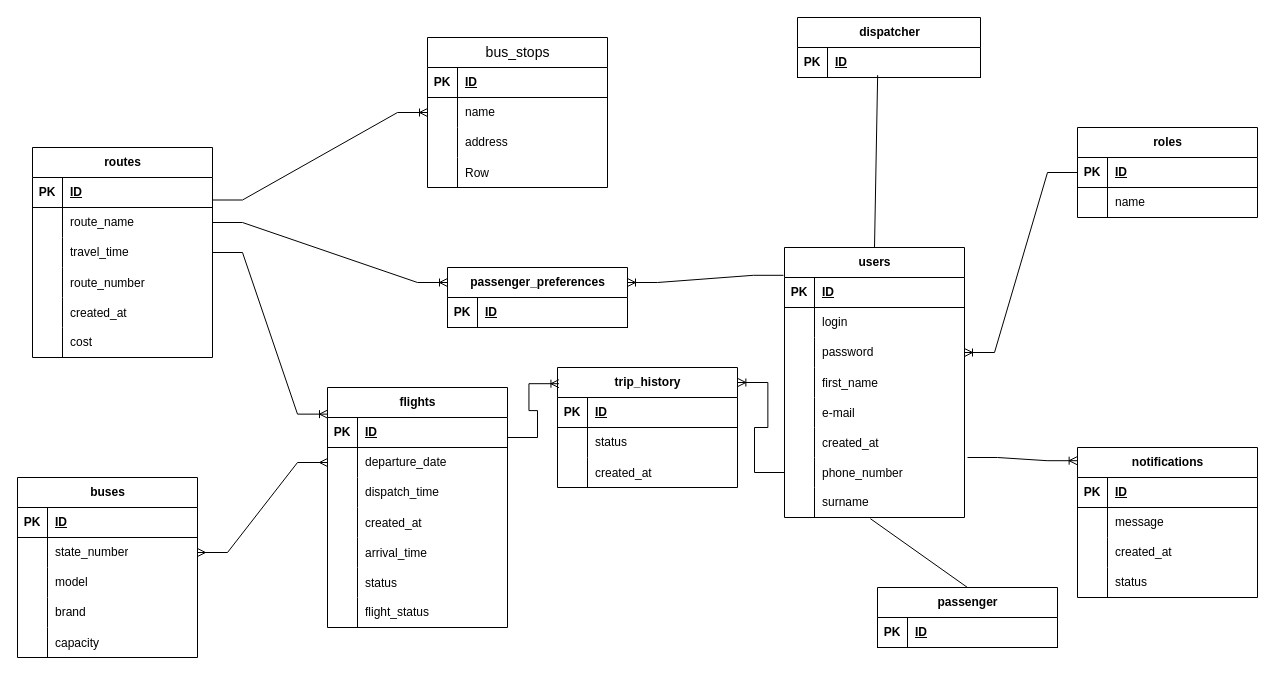
Before: page "Страница — 1" (1 of 2) of doc/er.drawio in IlyaSevastyanov/WorkSite, a draw.io diagram. Source tidied: cells renumbered, new cells numbered last; positions are measured from the earlier drawing's top-left corner, leaving out a move shared by most shapes. Both pictures are drawn from the tidied source at 100%, with x=0, y=0 at pixel (17, 17).
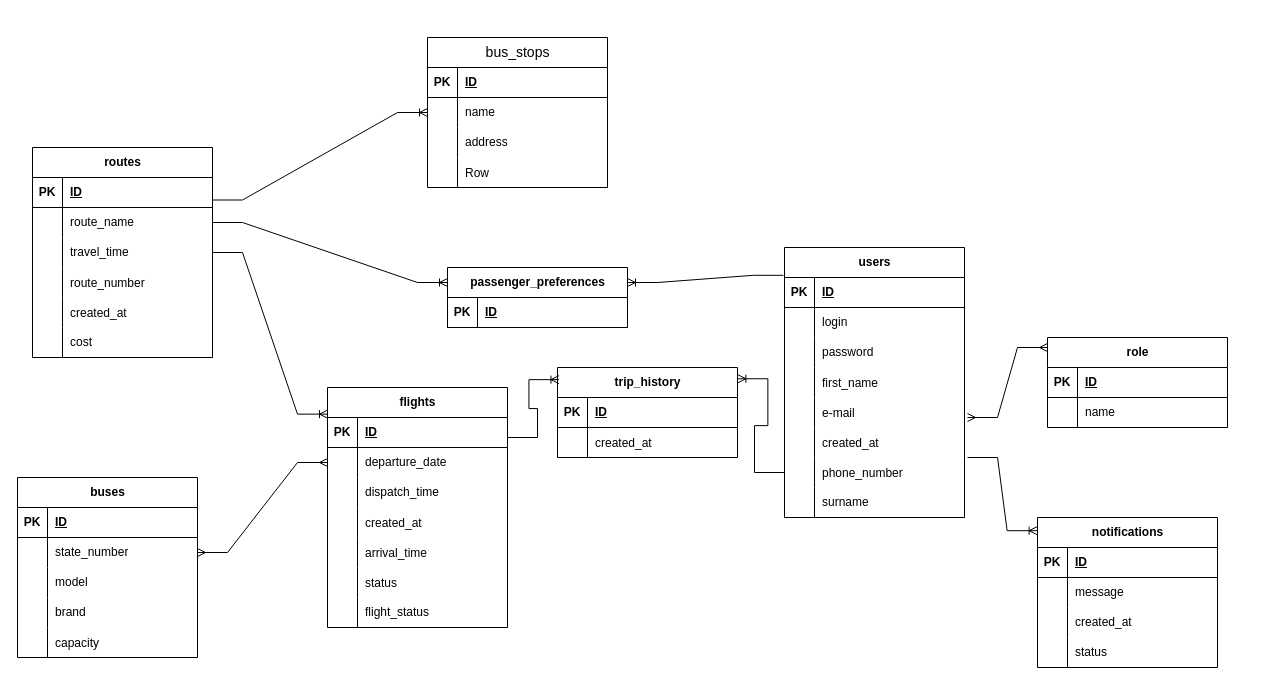
After the change.

The change refers to these unchanged cells:
```xml
<mxCell id="12" value="users" style="shape=table;startSize=30;childLayout=tableLayout;rowLines=0;fontStyle=1;align=center;html=1;" parent="1" vertex="1">
  <mxGeometry x="767" y="230" width="180" height="270" as="geometry" />
</mxCell>
<mxCell id="19" style="shape=tableRow;horizontal=0;startSize=0;swimlaneHead=0;swimlaneBody=0;fillColor=none;points=[[0,0.5],[1,0.5]];portConstraint=eastwest;top=0;left=0;right=0;bottom=0;" parent="12" vertex="1">
  <mxGeometry y="90" width="180" height="30" as="geometry" />
</mxCell>
<mxCell id="34" style="shape=tableRow;horizontal=0;startSize=0;swimlaneHead=0;swimlaneBody=0;fillColor=none;points=[[0,0.5],[1,0.5]];portConstraint=eastwest;top=0;left=0;right=0;bottom=0;" parent="12" vertex="1">
  <mxGeometry y="240" width="180" height="30" as="geometry" />
</mxCell>
```

The edit, as a diff of the source:
```diff
@@
-    <mxCell id="5" value="roles" style="shape=table;startSize=30;childLayout=tableLayout;rowLines=0;fontStyle=1;align=center;html=1;" parent="1" vertex="1">
-      <mxGeometry x="1060" y="110" width="180" height="90" as="geometry" />
-    </mxCell>
-    <mxCell id="6" style="shape=tableRow;horizontal=0;startSize=0;swimlaneHead=0;swimlaneBody=0;fillColor=none;points=[[0,0.5],[1,0.5]];portConstraint=eastwest;top=0;left=0;right=0;bottom=1;" parent="5" vertex="1">
-      <mxGeometry y="30" width="180" height="30" as="geometry" />
-    </mxCell>
-    <mxCell id="7" value="PK" style="shape=partialRectangle;fillColor=none;top=0;left=0;bottom=0;right=0;fontStyle=1;overflow=hidden;whiteSpace=wrap;html=1;" parent="6" vertex="1">
-      <mxGeometry width="30" height="30" as="geometry" />
-    </mxCell>
-    <mxCell id="8" value="ID" style="shape=partialRectangle;fillColor=none;top=0;left=0;bottom=0;right=0;align=left;spacingLeft=6;fontStyle=5;overflow=hidden;whiteSpace=wrap;html=1;" parent="6" vertex="1">
-      <mxGeometry x="30" width="150" height="30" as="geometry" />
-    </mxCell>
-    <mxCell id="9" style="shape=tableRow;horizontal=0;startSize=0;swimlaneHead=0;swimlaneBody=0;fillColor=none;top=0;left=0;right=0;bottom=0;" parent="5" vertex="1">
-      <mxGeometry y="60" width="180" height="30" as="geometry" />
-    </mxCell>
-    <mxCell id="10" style="shape=partialRectangle;fillColor=none;top=0;left=0;bottom=0;right=0;overflow=hidden;whiteSpace=wrap;html=1;" parent="9" vertex="1">
-      <mxGeometry width="30" height="30" as="geometry" />
-    </mxCell>
-    <mxCell id="11" value="name" style="shape=partialRectangle;fillColor=none;top=0;left=0;bottom=0;right=0;align=left;spacingLeft=6;overflow=hidden;whiteSpace=wrap;html=1;" parent="9" vertex="1">
-      <mxGeometry x="30" width="150" height="30" as="geometry" />
-    </mxCell>
@@
-    <mxCell id="37" style="edgeStyle=entityRelationEdgeStyle;fontSize=12;html=1;endArrow=ERoneToMany;rounded=0;entryX=1;entryY=0.5;entryDx=0;entryDy=0;exitX=0;exitY=0.5;exitDx=0;exitDy=0;" parent="1" edge="1" source="6" target="19">
-      <mxGeometry relative="1" as="geometry" />
-    </mxCell>
-    <mxCell id="38" value="dispatcher" style="shape=table;startSize=30;childLayout=tableLayout;rowLines=0;fontStyle=1;align=center;html=1;" parent="1" vertex="1">
-      <mxGeometry x="780" width="183" height="60" as="geometry" />
-    </mxCell>
-    <mxCell id="39" style="shape=tableRow;horizontal=0;startSize=0;swimlaneHead=0;swimlaneBody=0;fillColor=none;points=[[0,0.5],[1,0.5]];portConstraint=eastwest;top=0;left=0;right=0;bottom=1;" parent="38" vertex="1">
-      <mxGeometry y="30" width="183" height="30" as="geometry" />
-    </mxCell>
-    <mxCell id="40" value="PK" style="shape=partialRectangle;fillColor=none;top=0;left=0;bottom=0;right=0;fontStyle=1;overflow=hidden;whiteSpace=wrap;html=1;" parent="39" vertex="1">
-      <mxGeometry width="30" height="30" as="geometry" />
-    </mxCell>
-    <mxCell id="41" value="ID" style="shape=partialRectangle;fillColor=none;top=0;left=0;bottom=0;right=0;align=left;spacingLeft=6;fontStyle=5;overflow=hidden;whiteSpace=wrap;html=1;" parent="39" vertex="1">
-      <mxGeometry x="30" width="153" height="30" as="geometry" />
-    </mxCell>
-    <mxCell id="42" value="passenger" style="shape=table;startSize=30;childLayout=tableLayout;rowLines=0;fontStyle=1;align=center;html=1;" parent="1" vertex="1">
-      <mxGeometry x="860" y="570" width="180" height="60" as="geometry" />
-    </mxCell>
-    <mxCell id="43" style="shape=tableRow;horizontal=0;startSize=0;swimlaneHead=0;swimlaneBody=0;fillColor=none;top=0;left=0;right=0;bottom=1;" parent="42" vertex="1">
-      <mxGeometry y="30" width="180" height="30" as="geometry" />
-    </mxCell>
-    <mxCell id="44" value="PK" style="shape=partialRectangle;fillColor=none;top=0;left=0;bottom=0;right=0;fontStyle=1;overflow=hidden;whiteSpace=wrap;html=1;" parent="43" vertex="1">
-      <mxGeometry width="30" height="30" as="geometry" />
-    </mxCell>
-    <mxCell id="45" value="ID" style="shape=partialRectangle;fillColor=none;top=0;left=0;bottom=0;right=0;align=left;spacingLeft=6;fontStyle=5;overflow=hidden;whiteSpace=wrap;html=1;" parent="43" vertex="1">
-      <mxGeometry x="30" width="150" height="30" as="geometry" />
-    </mxCell>
-    <mxCell id="46" style="endArrow=none;html=1;rounded=0;exitX=0.438;exitY=0.922;exitDx=0;exitDy=0;exitPerimeter=0;entryX=0.5;entryY=0;entryDx=0;entryDy=0;" parent="1" edge="1" source="39" target="12">
-      <mxGeometry relative="1" as="geometry" />
-    </mxCell>
-    <mxCell id="47" style="endArrow=none;html=1;rounded=0;exitX=0.477;exitY=1.039;exitDx=0;exitDy=0;exitPerimeter=0;entryX=0.5;entryY=0;entryDx=0;entryDy=0;" parent="1" edge="1" source="34" target="42">
-      <mxGeometry relative="1" as="geometry" />
-    </mxCell>
@@
     <mxCell id="118" value="notifications" style="shape=table;startSize=30;childLayout=tableLayout;rowLines=0;fontStyle=1;align=center;html=1;" parent="1" vertex="1">
-      <mxGeometry x="1060" y="430" width="180" height="150" as="geometry" />
+      <mxGeometry x="1020" y="500" width="180" height="150" as="geometry" />
     </mxCell>
@@
     <mxCell id="138" value="trip_history" style="shape=table;startSize=30;childLayout=tableLayout;rowLines=0;fontStyle=1;align=center;html=1;" parent="1" vertex="1">
-      <mxGeometry x="540" y="350" width="180" height="120" as="geometry" />
+      <mxGeometry x="540" y="350" width="180" height="90" as="geometry" />
     </mxCell>
@@
-    <mxCell id="142" style="shape=tableRow;horizontal=0;startSize=0;swimlaneHead=0;swimlaneBody=0;fillColor=none;top=0;left=0;right=0;bottom=0;" parent="138" vertex="1">
-      <mxGeometry y="60" width="180" height="30" as="geometry" />
-    </mxCell>
-    <mxCell id="143" style="shape=partialRectangle;fillColor=none;top=0;left=0;bottom=0;right=0;overflow=hidden;whiteSpace=wrap;html=1;" parent="142" vertex="1">
-      <mxGeometry width="30" height="30" as="geometry" />
-    </mxCell>
-    <mxCell id="144" value="status" style="shape=partialRectangle;fillColor=none;top=0;left=0;bottom=0;right=0;align=left;spacingLeft=6;overflow=hidden;whiteSpace=wrap;html=1;" parent="142" vertex="1">
-      <mxGeometry x="30" width="150" height="30" as="geometry" />
-    </mxCell>
     <mxCell id="145" style="shape=tableRow;horizontal=0;startSize=0;swimlaneHead=0;swimlaneBody=0;fillColor=none;top=0;left=0;right=0;bottom=0;" parent="138" vertex="1">
-      <mxGeometry y="90" width="180" height="30" as="geometry" />
+      <mxGeometry y="60" width="180" height="30" as="geometry" />
     </mxCell>
@@
+    <mxCell id="150" value="role" style="shape=table;startSize=30;childLayout=tableLayout;rowLines=0;fontStyle=1;align=center;html=1;" parent="1" vertex="1">
+      <mxGeometry x="1030" y="320" width="180" height="90" as="geometry" />
+    </mxCell>
+    <mxCell id="151" style="shape=tableRow;horizontal=0;startSize=0;swimlaneHead=0;swimlaneBody=0;fillColor=none;top=0;left=0;right=0;bottom=1;" parent="150" vertex="1">
+      <mxGeometry y="30" width="180" height="30" as="geometry" />
+    </mxCell>
+    <mxCell id="152" value="PK" style="shape=partialRectangle;fillColor=none;top=0;left=0;bottom=0;right=0;fontStyle=1;overflow=hidden;whiteSpace=wrap;html=1;" parent="151" vertex="1">
+      <mxGeometry width="30" height="30" as="geometry" />
+    </mxCell>
+    <mxCell id="153" value="ID" style="shape=partialRectangle;fillColor=none;top=0;left=0;bottom=0;right=0;align=left;spacingLeft=6;fontStyle=5;overflow=hidden;whiteSpace=wrap;html=1;" parent="151" vertex="1">
+      <mxGeometry x="30" width="150" height="30" as="geometry" />
+    </mxCell>
+    <mxCell id="154" style="shape=tableRow;horizontal=0;startSize=0;swimlaneHead=0;swimlaneBody=0;fillColor=none;top=0;left=0;right=0;bottom=0;" parent="150" vertex="1">
+      <mxGeometry y="60" width="180" height="30" as="geometry" />
+    </mxCell>
+    <mxCell id="155" style="shape=partialRectangle;fillColor=none;top=0;left=0;bottom=0;right=0;overflow=hidden;whiteSpace=wrap;html=1;" parent="154" vertex="1">
+      <mxGeometry width="30" height="30" as="geometry" />
+    </mxCell>
+    <mxCell id="11" value="name" style="shape=partialRectangle;fillColor=none;top=0;left=0;bottom=0;right=0;align=left;spacingLeft=6;overflow=hidden;whiteSpace=wrap;html=1;" parent="154" vertex="1">
+      <mxGeometry x="30" width="150" height="30" as="geometry" />
+    </mxCell>
+    <mxCell id="156" style="edgeStyle=entityRelationEdgeStyle;fontSize=12;html=1;endArrow=ERmany;startArrow=ERmany;rounded=0;entryX=0;entryY=0.111;entryDx=0;entryDy=0;entryPerimeter=0;" parent="1" edge="1" target="150">
+      <mxGeometry relative="1" as="geometry">
+        <mxPoint x="950" y="400" as="sourcePoint" />
+      </mxGeometry>
+    </mxCell>
```
